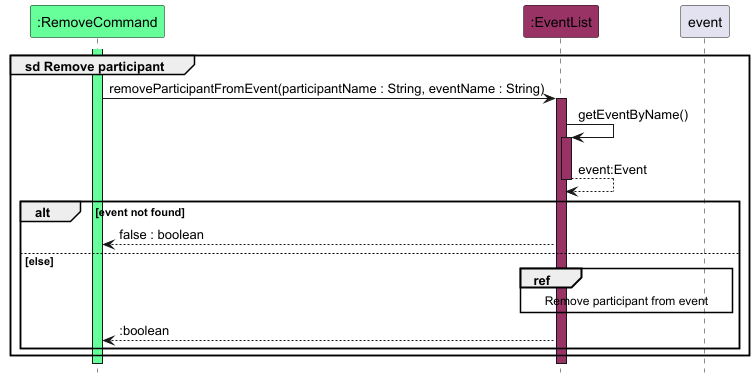
Earlier version of the PlantUML export docs/images/RemoveParticipantSequenceDiagram.png (nus-cs2113-AY2425S1/tp).
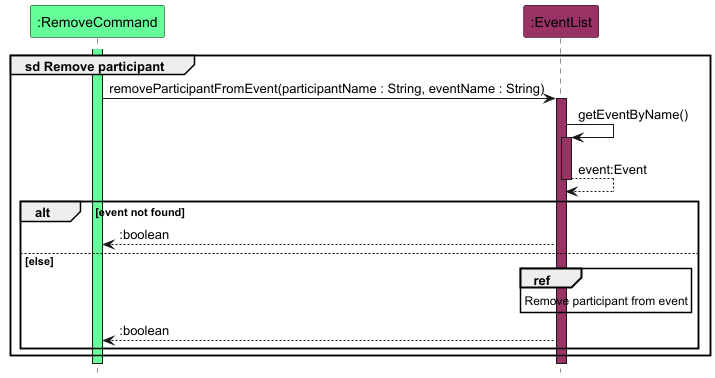
After the commit.

What changed in the source:
```diff
@@ -16,9 +16,9 @@
     return event:Event
 
     alt event not found
-        eventList --> command : false : boolean
+        eventList --> command : :boolean
     else else
-        ref over eventList, event : Remove participant from event
+        ref over eventList : Remove participant from event
         eventList --> command : :boolean
     end
 end
```
